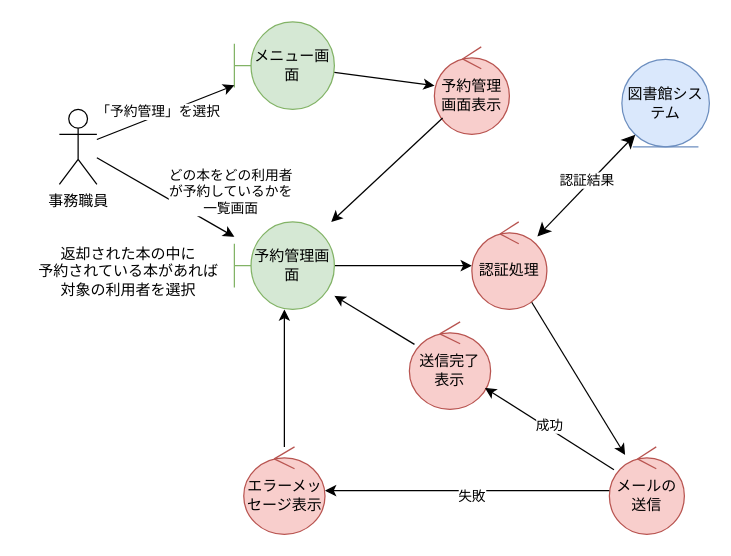
Earlier version of the draw.io diagram kouka/analysis_manage.drawio (FujikawaHirono0520/group3_1_dogdog). Source tidied: cells renumbered, new cells numbered last; positions are measured from the earlier drawing's top-left corner, leaving out a move shared by most shapes. Both pictures are drawn from the tidied source at 125%, with x=0, y=0 at pixel (21, 21).
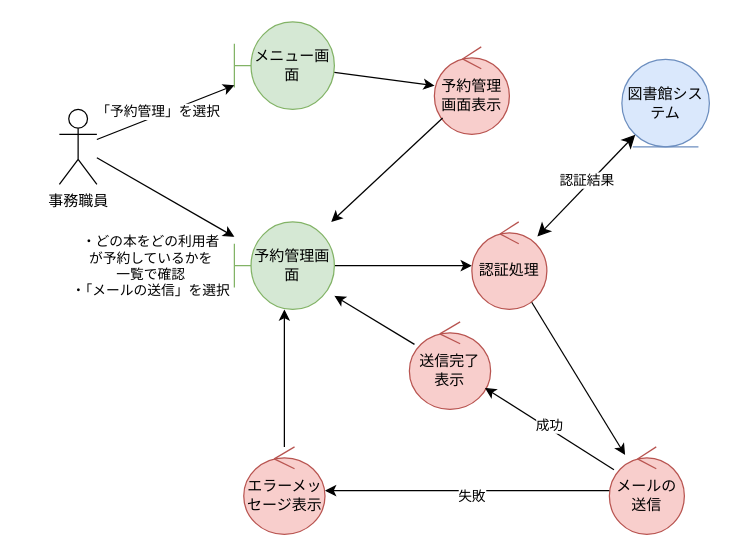
After the change.

Unchanged cells that the change refers to:
```xml
<mxCell id="11" style="edgeStyle=none;jettySize=auto;html=1;" parent="1" edge="1" source="2" target="9">
  <mxGeometry relative="1" as="geometry" />
</mxCell>
```

The edit, as a diff of the source:
```diff
@@
-    <mxCell id="12" value="どの本をどの利用者&lt;div&gt;が予約しているかを&lt;/div&gt;&lt;div&gt;一覧画面&lt;/div&gt;" style="edgeLabel;html=1;align=center;verticalAlign=middle;" parent="11" vertex="1">
-      <mxGeometry x="-0.14" y="-1" relative="1" as="geometry">
-        <mxPoint x="59" y="-1" as="offset" />
-      </mxGeometry>
-    </mxCell>
-    <mxCell id="13" value="返却された本の中に&lt;div&gt;予約されている本があれば&lt;/div&gt;&lt;div&gt;対象の利用者を選択&lt;/div&gt;" style="text;html=1;align=center;verticalAlign=middle;strokeColor=none;fillColor=none;" parent="1" vertex="1">
-      <mxGeometry y="170" width="170" height="60" as="geometry" />
-    </mxCell>
@@
+    <mxCell id="28" value="&lt;span style=&quot;color: rgb(0, 0, 0); font-size: 11px; background-color: rgb(255, 255, 255);&quot;&gt;・どの本をどの利用者&lt;/span&gt;&lt;div style=&quot;font-size: 11px;&quot;&gt;が予約しているかを&lt;/div&gt;&lt;div style=&quot;font-size: 11px;&quot;&gt;一覧で確認&lt;/div&gt;&lt;div style=&quot;font-size: 11px;&quot;&gt;・「メールの送信」を選択&lt;/div&gt;" style="text;html=1;align=center;verticalAlign=middle;strokeColor=none;fillColor=none;" parent="1" vertex="1">
+      <mxGeometry x="27.5" y="160" width="150" height="70" as="geometry" />
+    </mxCell>
```
